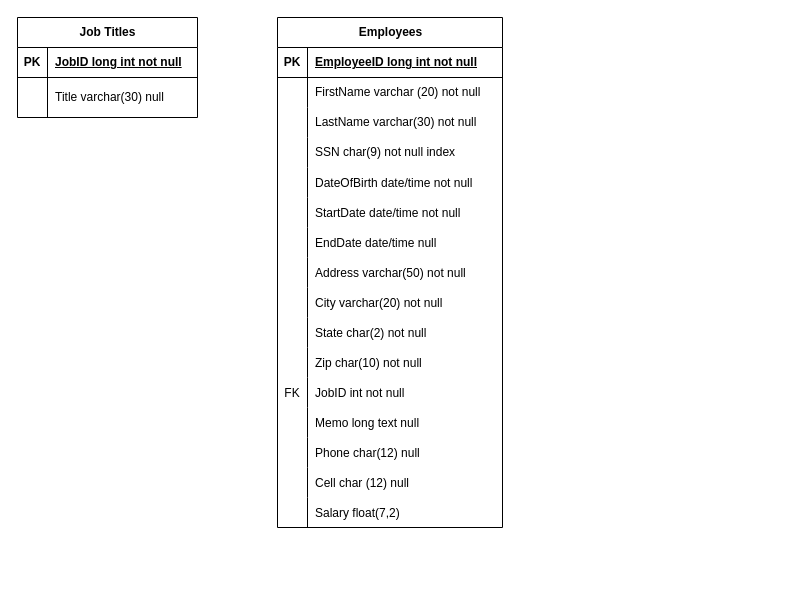
This is Untitled Diagram.drawio from LaRaya2005/hello-world, a draw.io file, before an edit. Source tidied: cells renumbered, new cells numbered last; positions are measured from the earlier drawing's top-left corner, leaving out a move shared by most shapes. Both pictures are drawn from the tidied source at 100%, with x=0, y=0 at pixel (17, 17).
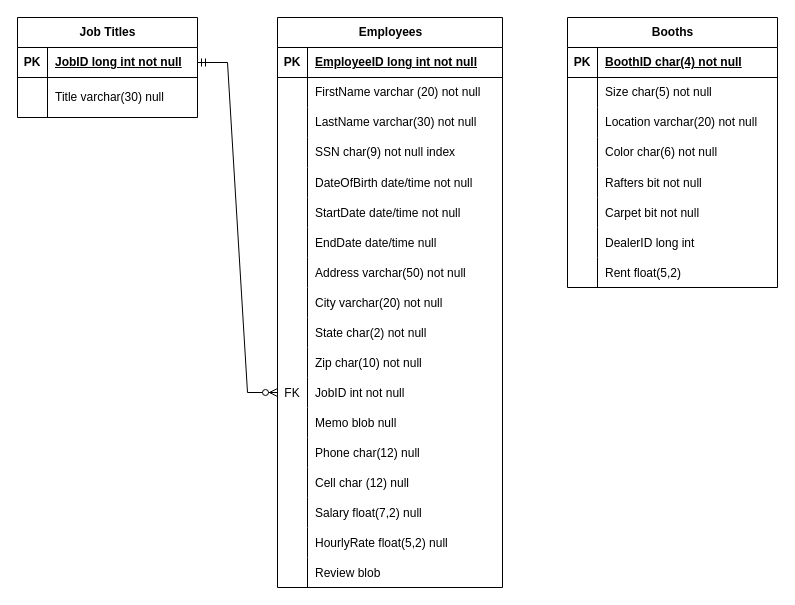
Above is the later version.

Unchanged cells that the change refers to:
```xml
<mxCell id="3" style="shape=tableRow;horizontal=0;startSize=0;swimlaneHead=0;swimlaneBody=0;fillColor=none;points=[[0,0.5],[1,0.5]];portConstraint=eastwest;top=0;left=0;right=0;bottom=1;" parent="2" vertex="1">
  <mxGeometry y="30" width="180" height="30" as="geometry" />
</mxCell>
<mxCell id="43" style="shape=tableRow;horizontal=0;startSize=0;swimlaneHead=0;swimlaneBody=0;fillColor=none;points=[[0,0.5],[1,0.5]];portConstraint=eastwest;top=0;left=0;right=0;bottom=0;" parent="9" vertex="1">
  <mxGeometry y="360" width="225" height="30" as="geometry" />
</mxCell>
<mxCell id="46" style="shape=tableRow;horizontal=0;startSize=0;swimlaneHead=0;swimlaneBody=0;fillColor=none;top=0;left=0;right=0;bottom=0;" parent="9" vertex="1">
  <mxGeometry y="390" width="225" height="30" as="geometry" />
</mxCell>
<mxCell id="55" style="shape=tableRow;horizontal=0;startSize=0;swimlaneHead=0;swimlaneBody=0;fillColor=none;top=0;left=0;right=0;bottom=0;" parent="9" vertex="1">
  <mxGeometry y="480" width="225" height="30" as="geometry" />
</mxCell>
```

The edit, as a diff of the source:
```diff
@@
     <mxCell id="9" value="Employees" style="shape=table;startSize=30;childLayout=tableLayout;rowLines=0;fontStyle=1;align=center;html=1;" parent="1" vertex="1">
-      <mxGeometry x="260" width="225" height="510" as="geometry" />
+      <mxGeometry x="260" width="225" height="570" as="geometry" />
     </mxCell>
@@
-    <mxCell id="48" value="Memo long text null" style="shape=partialRectangle;fillColor=none;top=0;left=0;bottom=0;right=0;align=left;spacingLeft=6;overflow=hidden;" parent="46" vertex="1">
+    <mxCell id="48" value="Memo blob null" style="shape=partialRectangle;fillColor=none;top=0;left=0;bottom=0;right=0;align=left;spacingLeft=6;overflow=hidden;" parent="46" vertex="1">
       <mxGeometry x="30" width="195" height="30" as="geometry" />
     </mxCell>
@@
-    <mxCell id="57" value="Salary float(7,2) " style="shape=partialRectangle;fillColor=none;top=0;left=0;bottom=0;right=0;align=left;spacingLeft=6;overflow=hidden;" parent="55" vertex="1">
+    <mxCell id="57" value="Salary float(7,2) null " style="shape=partialRectangle;fillColor=none;top=0;left=0;bottom=0;right=0;align=left;spacingLeft=6;overflow=hidden;" parent="55" vertex="1">
       <mxGeometry x="30" width="195" height="30" as="geometry" />
     </mxCell>
+    <mxCell id="58" style="shape=tableRow;horizontal=0;startSize=0;swimlaneHead=0;swimlaneBody=0;fillColor=none;top=0;left=0;right=0;bottom=0;" parent="9" vertex="1">
+      <mxGeometry y="510" width="225" height="30" as="geometry" />
+    </mxCell>
+    <mxCell id="59" style="shape=partialRectangle;fillColor=none;top=0;left=0;bottom=0;right=0;overflow=hidden;" parent="58" vertex="1">
+      <mxGeometry width="30" height="30" as="geometry" />
+    </mxCell>
+    <mxCell id="60" value="HourlyRate float(5,2) null" style="shape=partialRectangle;fillColor=none;top=0;left=0;bottom=0;right=0;align=left;spacingLeft=6;overflow=hidden;" parent="58" vertex="1">
+      <mxGeometry x="30" width="195" height="30" as="geometry" />
+    </mxCell>
+    <mxCell id="61" style="shape=tableRow;horizontal=0;startSize=0;swimlaneHead=0;swimlaneBody=0;fillColor=none;top=0;left=0;right=0;bottom=0;" parent="9" vertex="1">
+      <mxGeometry y="540" width="225" height="30" as="geometry" />
+    </mxCell>
+    <mxCell id="62" style="shape=partialRectangle;fillColor=none;top=0;left=0;bottom=0;right=0;overflow=hidden;" parent="61" vertex="1">
+      <mxGeometry width="30" height="30" as="geometry" />
+    </mxCell>
+    <mxCell id="63" value="Review blob" style="shape=partialRectangle;fillColor=none;top=0;left=0;bottom=0;right=0;align=left;spacingLeft=6;overflow=hidden;" parent="61" vertex="1">
+      <mxGeometry x="30" width="195" height="30" as="geometry" />
+    </mxCell>
+    <mxCell id="64" style="edgeStyle=entityRelationEdgeStyle;fontSize=12;html=1;endArrow=ERzeroToMany;startArrow=ERmandOne;rounded=0;exitX=1;exitY=0.5;exitDx=0;exitDy=0;" parent="1" edge="1" source="3" target="43">
+      <mxGeometry relative="1" as="geometry" />
+    </mxCell>
+    <mxCell id="65" value="Booths" style="shape=table;startSize=30;childLayout=tableLayout;rowLines=0;fontStyle=1;align=center;html=1;" parent="1" vertex="1">
+      <mxGeometry x="550" width="210" height="270" as="geometry" />
+    </mxCell>
+    <mxCell id="66" style="shape=tableRow;horizontal=0;startSize=0;swimlaneHead=0;swimlaneBody=0;fillColor=none;top=0;left=0;right=0;bottom=1;" parent="65" vertex="1">
+      <mxGeometry y="30" width="210" height="30" as="geometry" />
+    </mxCell>
+    <mxCell id="67" value="PK" style="shape=partialRectangle;fillColor=none;top=0;left=0;bottom=0;right=0;fontStyle=1;overflow=hidden;whiteSpace=wrap;html=1;" parent="66" vertex="1">
+      <mxGeometry width="30" height="30" as="geometry" />
+    </mxCell>
+    <mxCell id="68" value="BoothID char(4) not null" style="shape=partialRectangle;fillColor=none;top=0;left=0;bottom=0;right=0;align=left;spacingLeft=6;fontStyle=5;overflow=hidden;whiteSpace=wrap;html=1;" parent="66" vertex="1">
+      <mxGeometry x="30" width="180" height="30" as="geometry" />
+    </mxCell>
+    <mxCell id="69" style="shape=tableRow;horizontal=0;startSize=0;swimlaneHead=0;swimlaneBody=0;fillColor=none;top=0;left=0;right=0;bottom=0;" parent="65" vertex="1">
+      <mxGeometry y="60" width="210" height="30" as="geometry" />
+    </mxCell>
+    <mxCell id="70" style="shape=partialRectangle;fillColor=none;top=0;left=0;bottom=0;right=0;overflow=hidden;whiteSpace=wrap;html=1;" parent="69" vertex="1">
+      <mxGeometry width="30" height="30" as="geometry" />
+    </mxCell>
+    <mxCell id="71" value="Size char(5) not null" style="shape=partialRectangle;fillColor=none;top=0;left=0;bottom=0;right=0;align=left;spacingLeft=6;overflow=hidden;whiteSpace=wrap;html=1;" parent="69" vertex="1">
+      <mxGeometry x="30" width="180" height="30" as="geometry" />
+    </mxCell>
+    <mxCell id="72" style="shape=tableRow;horizontal=0;startSize=0;swimlaneHead=0;swimlaneBody=0;fillColor=none;top=0;left=0;right=0;bottom=0;" parent="65" vertex="1">
+      <mxGeometry y="90" width="210" height="30" as="geometry" />
+    </mxCell>
+    <mxCell id="73" style="shape=partialRectangle;fillColor=none;top=0;left=0;bottom=0;right=0;overflow=hidden;whiteSpace=wrap;html=1;" parent="72" vertex="1">
+      <mxGeometry width="30" height="30" as="geometry" />
+    </mxCell>
+    <mxCell id="74" value="Location varchar(20) not null" style="shape=partialRectangle;fillColor=none;top=0;left=0;bottom=0;right=0;align=left;spacingLeft=6;overflow=hidden;whiteSpace=wrap;html=1;" parent="72" vertex="1">
+      <mxGeometry x="30" width="180" height="30" as="geometry" />
+    </mxCell>
+    <mxCell id="75" style="shape=tableRow;horizontal=0;startSize=0;swimlaneHead=0;swimlaneBody=0;fillColor=none;top=0;left=0;right=0;bottom=0;" parent="65" vertex="1">
+      <mxGeometry y="120" width="210" height="30" as="geometry" />
+    </mxCell>
+    <mxCell id="76" style="shape=partialRectangle;fillColor=none;top=0;left=0;bottom=0;right=0;overflow=hidden;whiteSpace=wrap;html=1;" parent="75" vertex="1">
+      <mxGeometry width="30" height="30" as="geometry" />
+    </mxCell>
+    <mxCell id="77" value="Color char(6) not null" style="shape=partialRectangle;fillColor=none;top=0;left=0;bottom=0;right=0;align=left;spacingLeft=6;overflow=hidden;whiteSpace=wrap;html=1;" parent="75" vertex="1">
+      <mxGeometry x="30" width="180" height="30" as="geometry" />
+    </mxCell>
+    <mxCell id="78" style="shape=tableRow;horizontal=0;startSize=0;swimlaneHead=0;swimlaneBody=0;fillColor=none;top=0;left=0;right=0;bottom=0;" parent="65" vertex="1">
+      <mxGeometry y="150" width="210" height="30" as="geometry" />
+    </mxCell>
+    <mxCell id="79" style="shape=partialRectangle;fillColor=none;top=0;left=0;bottom=0;right=0;overflow=hidden;" parent="78" vertex="1">
+      <mxGeometry width="30" height="30" as="geometry" />
+    </mxCell>
+    <mxCell id="80" value="Rafters bit not null " style="shape=partialRectangle;fillColor=none;top=0;left=0;bottom=0;right=0;align=left;spacingLeft=6;overflow=hidden;" parent="78" vertex="1">
+      <mxGeometry x="30" width="180" height="30" as="geometry" />
+    </mxCell>
+    <mxCell id="81" style="shape=tableRow;horizontal=0;startSize=0;swimlaneHead=0;swimlaneBody=0;fillColor=none;top=0;left=0;right=0;bottom=0;" parent="65" vertex="1">
+      <mxGeometry y="180" width="210" height="30" as="geometry" />
+    </mxCell>
+    <mxCell id="82" style="shape=partialRectangle;fillColor=none;top=0;left=0;bottom=0;right=0;overflow=hidden;" parent="81" vertex="1">
+      <mxGeometry width="30" height="30" as="geometry" />
+    </mxCell>
+    <mxCell id="83" value="Carpet bit not null" style="shape=partialRectangle;fillColor=none;top=0;left=0;bottom=0;right=0;align=left;spacingLeft=6;overflow=hidden;" parent="81" vertex="1">
+      <mxGeometry x="30" width="180" height="30" as="geometry" />
+    </mxCell>
+    <mxCell id="84" style="shape=tableRow;horizontal=0;startSize=0;swimlaneHead=0;swimlaneBody=0;fillColor=none;top=0;left=0;right=0;bottom=0;" parent="65" vertex="1">
+      <mxGeometry y="210" width="210" height="30" as="geometry" />
+    </mxCell>
+    <mxCell id="85" style="shape=partialRectangle;fillColor=none;top=0;left=0;bottom=0;right=0;overflow=hidden;" parent="84" vertex="1">
+      <mxGeometry width="30" height="30" as="geometry" />
+    </mxCell>
+    <mxCell id="86" value="DealerID long int" style="shape=partialRectangle;fillColor=none;top=0;left=0;bottom=0;right=0;align=left;spacingLeft=6;overflow=hidden;" parent="84" vertex="1">
+      <mxGeometry x="30" width="180" height="30" as="geometry" />
+    </mxCell>
+    <mxCell id="87" style="shape=tableRow;horizontal=0;startSize=0;swimlaneHead=0;swimlaneBody=0;fillColor=none;top=0;left=0;right=0;bottom=0;" parent="65" vertex="1">
+      <mxGeometry y="240" width="210" height="30" as="geometry" />
+    </mxCell>
+    <mxCell id="88" style="shape=partialRectangle;fillColor=none;top=0;left=0;bottom=0;right=0;overflow=hidden;" parent="87" vertex="1">
+      <mxGeometry width="30" height="30" as="geometry" />
+    </mxCell>
+    <mxCell id="89" value="Rent float(5,2)" style="shape=partialRectangle;fillColor=none;top=0;left=0;bottom=0;right=0;align=left;spacingLeft=6;overflow=hidden;" parent="87" vertex="1">
+      <mxGeometry x="30" width="180" height="30" as="geometry" />
+    </mxCell>
```
